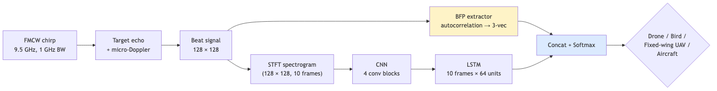
Divyonic/counter-uav-adversarial-radar keeps this Mermaid diagram as paper/figures_preprint/fig1_pipeline.png. Above is the earlier version. Its source is kept beside it as paper/figures_preprint/fig1_pipeline.mmd. Source of this version:
```mermaid
flowchart LR
    A["FMCW chirp<br/>9.5 GHz, 1 GHz BW"] --> B["Target echo<br/>+ micro-Doppler"]
    B --> C["Beat signal<br/>128 × 128"]
    C --> D["STFT spectrogram<br/>(128 × 128, 10 frames)"]
    C --> E["BFP extractor<br/>autocorrelation → 3-vec"]
    D --> F["CNN<br/>4 conv blocks"]
    F --> G["LSTM<br/>10 frames × 64 units"]
    E --> H["Concat + Softmax"]
    G --> H
    H --> I{"Drone / Bird /<br/>Fixed-wing UAV /<br/>Aircraft"}
    style E fill:#fef3c7
    style H fill:#dbeafe
```
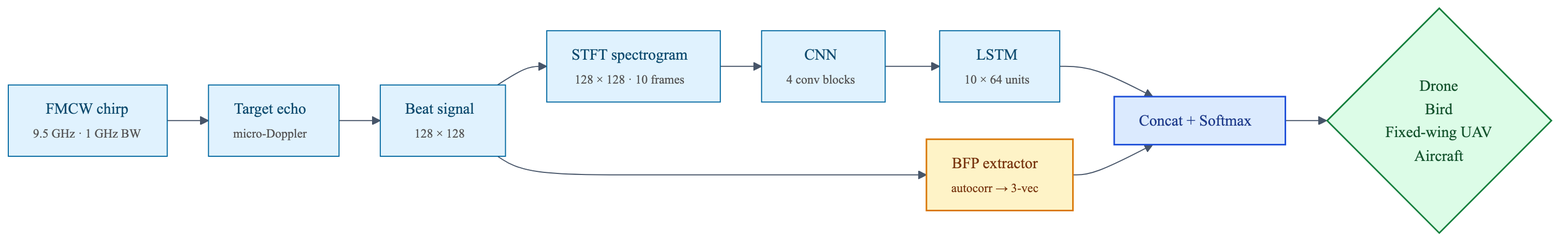
Above is the later version.

The edit, as a diff of the source:
```diff
@@ -1,12 +1,35 @@
+%%{init: {
+  "theme": "base",
+  "themeVariables": {
+    "fontFamily": "system-ui, -apple-system, Segoe UI, sans-serif",
+    "fontSize": "15px",
+    "primaryColor": "#e0f2fe",
+    "primaryBorderColor": "#0369a1",
+    "primaryTextColor": "#0c4a6e",
+    "lineColor": "#475569",
+    "edgeLabelBackground": "#ffffff"
+  },
+  "flowchart": {"curve": "basis", "nodeSpacing": 36, "rankSpacing": 40, "padding": 12}
+}}%%
 flowchart LR
-    A["FMCW chirp<br/>9.5 GHz, 1 GHz BW"] --> B["Target echo<br/>+ micro-Doppler"]
-    B --> C["Beat signal<br/>128 × 128"]
-    C --> D["STFT spectrogram<br/>(128 × 128, 10 frames)"]
-    C --> E["BFP extractor<br/>autocorrelation → 3-vec"]
-    D --> F["CNN<br/>4 conv blocks"]
-    F --> G["LSTM<br/>10 frames × 64 units"]
-    E --> H["Concat + Softmax"]
-    G --> H
-    H --> I{"Drone / Bird /<br/>Fixed-wing UAV /<br/>Aircraft"}
-    style E fill:#fef3c7
-    style H fill:#dbeafe
+    A["FMCW chirp<br/><span style='font-size:12px;color:#555'>9.5 GHz · 1 GHz BW</span>"]
+    B["Target echo<br/><span style='font-size:12px;color:#555'>micro-Doppler</span>"]
+    C["Beat signal<br/><span style='font-size:12px;color:#555'>128 × 128</span>"]
+    D["STFT spectrogram<br/><span style='font-size:12px;color:#555'>128 × 128 · 10 frames</span>"]
+    E["BFP extractor<br/><span style='font-size:12px;color:#555'>autocorr → 3-vec</span>"]
+    F["CNN<br/><span style='font-size:12px;color:#555'>4 conv blocks</span>"]
+    G["LSTM<br/><span style='font-size:12px;color:#555'>10 × 64 units</span>"]
+    H["Concat + Softmax"]
+    I{"Drone<br/>Bird<br/>Fixed-wing UAV<br/>Aircraft"}
+
+    A --> B --> C
+    C --> D --> F --> G --> H
+    C --> E --> H
+    H --> I
+
+    classDef physics fill:#fef3c7,stroke:#d97706,stroke-width:1.5px,color:#78350f
+    classDef head fill:#dbeafe,stroke:#1d4ed8,stroke-width:1.5px,color:#1e3a8a
+    classDef output fill:#dcfce7,stroke:#15803d,stroke-width:1.5px,color:#14532d
+    class E physics
+    class H head
+    class I output
```
